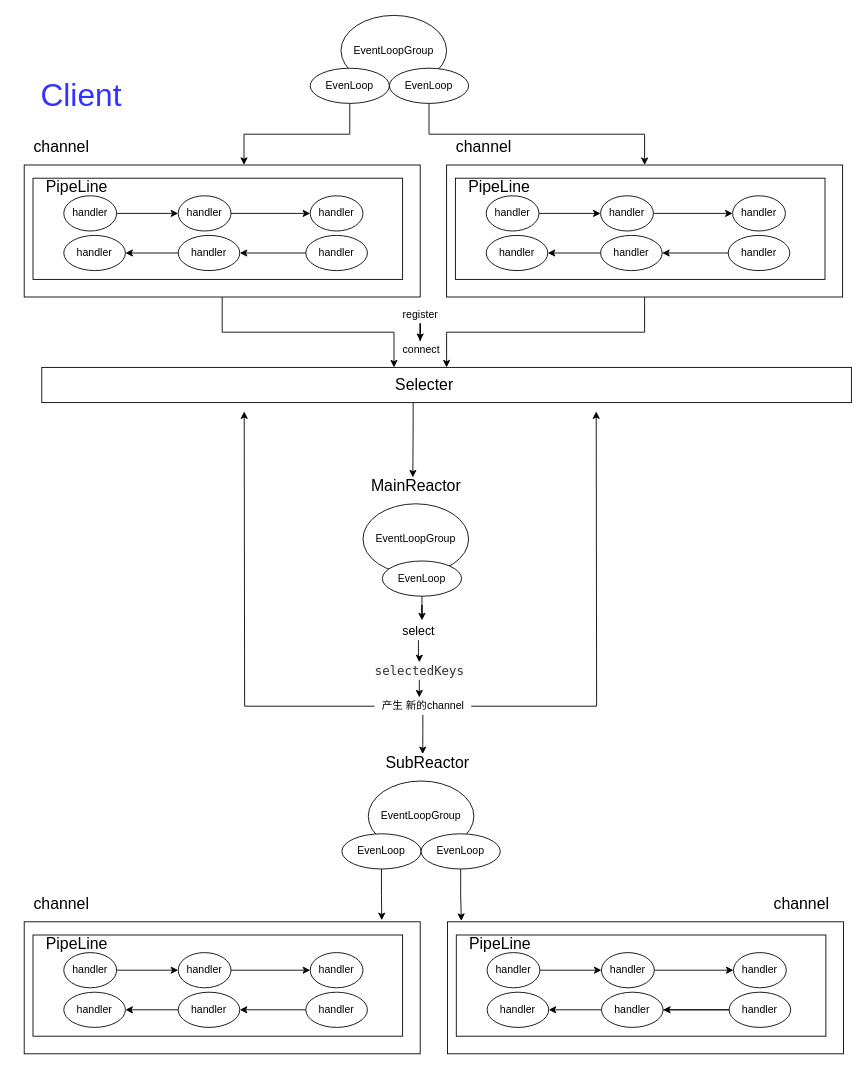
This is Untitled Diagram.drawio from ProbieGw/Diagram, a draw.io file, before an edit. Source tidied: cells renumbered, new cells numbered last; positions are measured from the earlier drawing's top-left corner, leaving out a move shared by most shapes. Both pictures are drawn from the tidied source at 88%, with x=0, y=0 at pixel (15, 15).
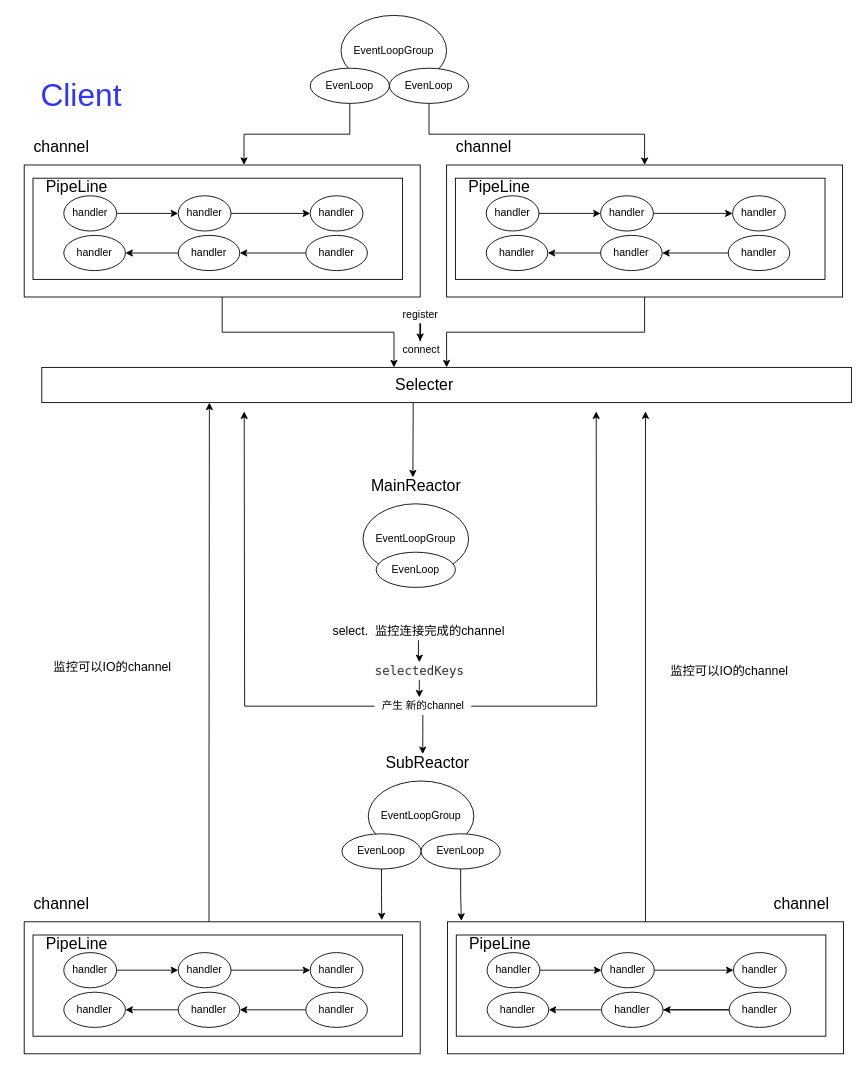
Above is the later version.

The change refers to these unchanged cells:
```xml
<mxCell id="39" value="&lt;font style=&quot;font-size: 18px&quot;&gt;Selecter&amp;nbsp; &amp;nbsp; &amp;nbsp; &amp;nbsp; &amp;nbsp;&amp;nbsp;&lt;/font&gt;" style="rounded=0;whiteSpace=wrap;html=1;align=center;" parent="1" vertex="1">
  <mxGeometry x="30" y="400" width="920" height="40" as="geometry" />
</mxCell>
<mxCell id="61" style="rounded=0;whiteSpace=wrap;html=1;" parent="1" vertex="1">
  <mxGeometry x="10" y="1030" width="450" height="150" as="geometry" />
</mxCell>
<mxCell id="75" style="rounded=0;whiteSpace=wrap;html=1;" parent="1" vertex="1">
  <mxGeometry x="491" y="1030" width="450" height="150" as="geometry" />
</mxCell>
```

Change to the diagram source:
```diff
@@
-    <mxCell id="41" style="edgeStyle=orthogonalEdgeStyle;rounded=0;jettySize=auto;html=1;entryX=0.58;entryY=-0.13;entryDx=0;entryDy=0;entryPerimeter=0;" parent="1" edge="1" source="42" target="54">
-      <mxGeometry relative="1" as="geometry" />
-    </mxCell>
     <mxCell id="42" value="EvenLoop" style="ellipse;whiteSpace=wrap;html=1;" parent="1" vertex="1">
-      <mxGeometry x="417" y="620" width="90" height="40" as="geometry" />
+      <mxGeometry x="410" y="610" width="90" height="40" as="geometry" />
     </mxCell>
@@
-    <mxCell id="54" value="&lt;font style=&quot;font-size: 14px&quot;&gt;select&lt;/font&gt;" style="text;html=1;align=center;verticalAlign=middle;points=[];strokeColor=none;" parent="1" vertex="1">
-      <mxGeometry x="433" y="690" width="50" height="20" as="geometry" />
+    <mxCell id="54" value="&lt;font style=&quot;font-size: 14px&quot;&gt;select. &amp;nbsp;监控连接完成的channel&lt;/font&gt;" style="text;html=1;align=center;verticalAlign=middle;points=[];strokeColor=none;" parent="1" vertex="1">
+      <mxGeometry x="353" y="690" width="210" height="20" as="geometry" />
     </mxCell>
@@
+    <mxCell id="90" style="edgeStyle=orthogonalEdgeStyle;rounded=0;jettySize=auto;html=1;entryX=0.207;entryY=1;entryDx=0;entryDy=0;entryPerimeter=0;" parent="1" edge="1" source="61" target="39">
+      <mxGeometry relative="1" as="geometry">
+        <Array as="points">
+          <mxPoint x="220" y="870" />
+          <mxPoint x="220" y="870" />
+        </Array>
+      </mxGeometry>
+    </mxCell>
@@
+    <mxCell id="91" style="edgeStyle=orthogonalEdgeStyle;rounded=0;jettySize=auto;html=1;" parent="1" edge="1" source="75">
+      <mxGeometry relative="1" as="geometry">
+        <mxPoint x="716" y="450" as="targetPoint" />
+      </mxGeometry>
+    </mxCell>
@@
+    <mxCell id="92" value="&lt;font style=&quot;font-size: 14px&quot;&gt;监控可以IO的channel&lt;/font&gt;" style="text;html=1;align=center;verticalAlign=middle;strokeColor=none;" parent="1" vertex="1">
+      <mxGeometry x="736" y="735" width="150" height="20" as="geometry" />
+    </mxCell>
+    <mxCell id="93" value="&lt;font style=&quot;font-size: 14px&quot;&gt;监控可以IO的channel&lt;/font&gt;" style="text;html=1;align=center;verticalAlign=middle;strokeColor=none;" parent="1" vertex="1">
+      <mxGeometry x="35" y="730" width="150" height="20" as="geometry" />
+    </mxCell>
```
